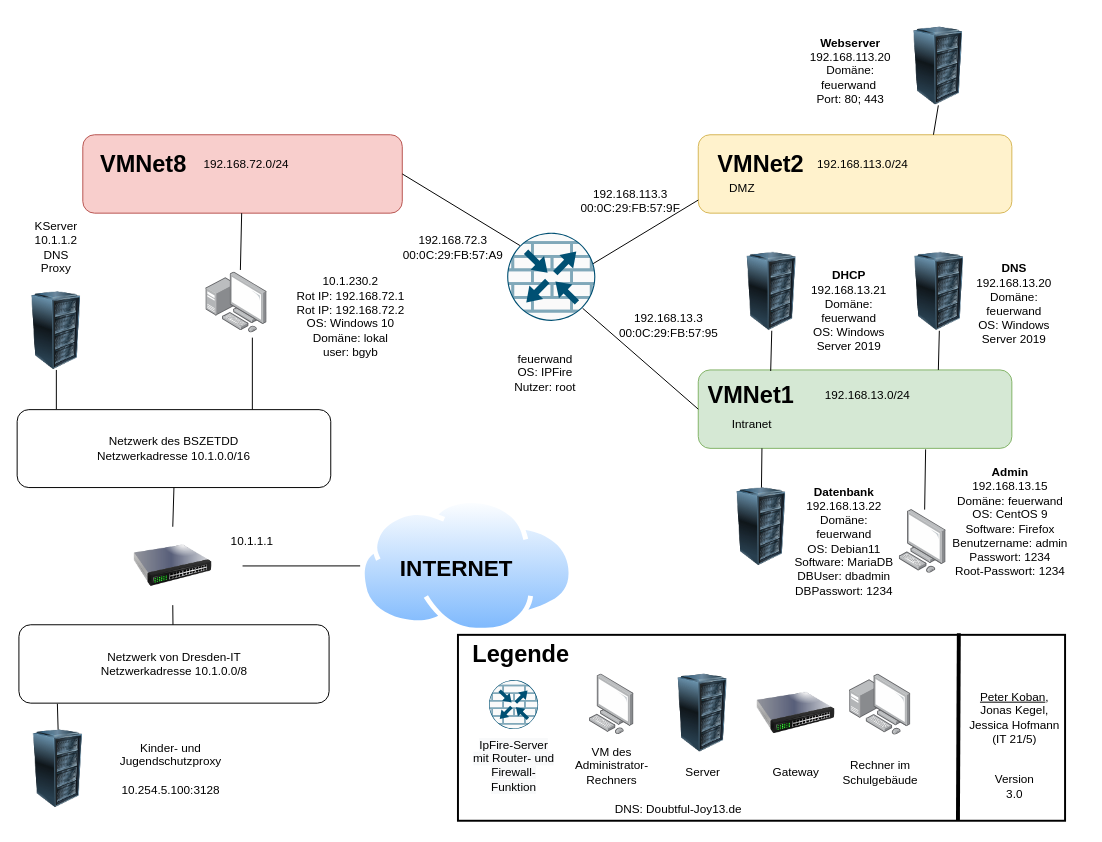
Before: Netzwerkplan.drawio in peterLERNSAX/lf9-feuerwand, a draw.io diagram. Source tidied: cells renumbered, new cells numbered last; positions are measured from the earlier drawing's top-left corner, leaving out a move shared by most shapes. Both pictures are drawn from the tidied source at 98%, with x=0, y=0 at pixel (17, 17).
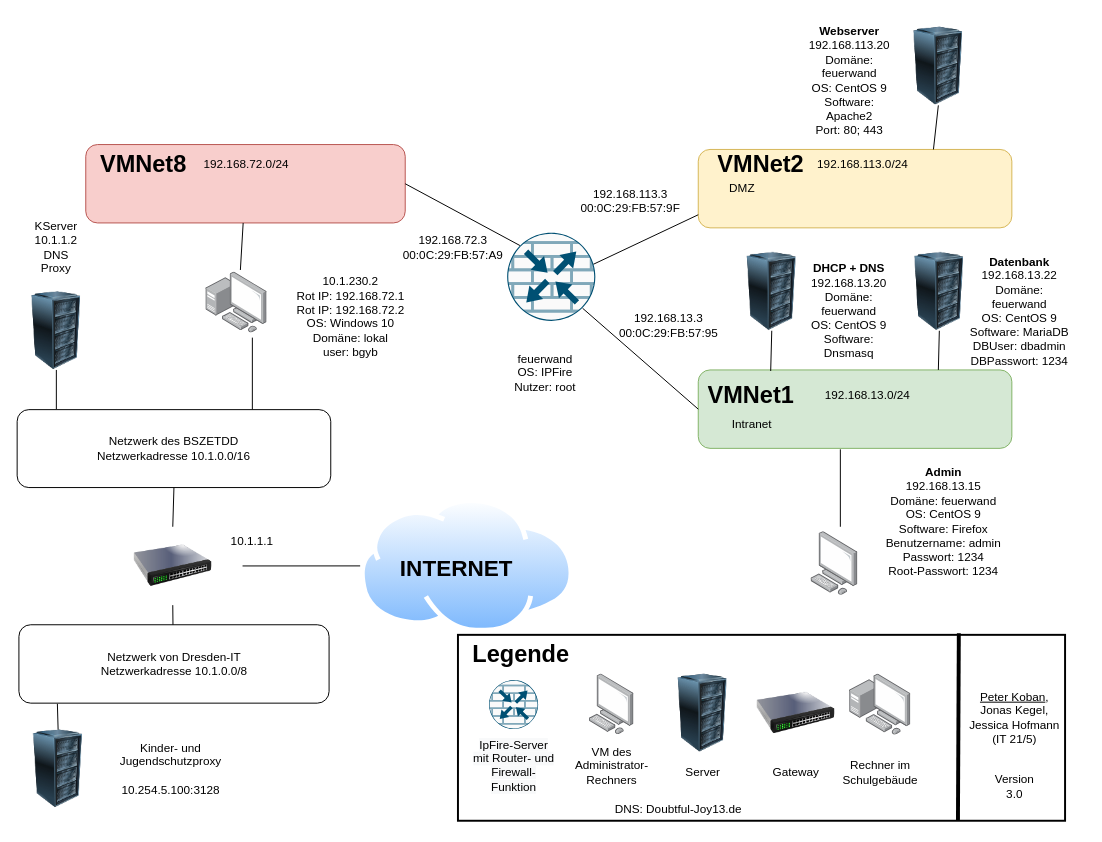
Above is the later version.

The change refers to these unchanged cells:
```xml
<mxCell id="6" style="rounded=1;whiteSpace=wrap;html=1;fillColor=#d5e8d4;strokeColor=#82b366;" parent="1" vertex="1">
  <mxGeometry x="695" y="360" width="320" height="80" as="geometry" />
</mxCell>
```

What changed in the source:
```diff
@@
     <mxCell id="5" style="rounded=1;whiteSpace=wrap;html=1;fillColor=#fff2cc;strokeColor=#d6b656;" parent="1" vertex="1">
-      <mxGeometry x="695" y="120" width="320" height="80" as="geometry" />
+      <mxGeometry x="695" y="135" width="320" height="80" as="geometry" />
     </mxCell>
@@
     <mxCell id="7" style="rounded=1;whiteSpace=wrap;html=1;fillColor=#f8cecc;strokeColor=#b85450;" parent="1" vertex="1">
-      <mxGeometry x="67" y="120" width="326" height="80" as="geometry" />
+      <mxGeometry x="70" y="130" width="326" height="80" as="geometry" />
     </mxCell>
@@
     <mxCell id="12" style="points=[];html=1;align=center;shadow=0;dashed=0;image;image=img/lib/allied_telesis/computer_and_terminals/Personal_Computer.svg;" parent="1" vertex="1">
-      <mxGeometry x="900" y="502.5" width="48" height="65" as="geometry" />
+      <mxGeometry x="810" y="525" width="48" height="65" as="geometry" />
     </mxCell>
@@
     <mxCell id="19" value="&lt;div&gt;&lt;b&gt;Admin&lt;/b&gt;&lt;/div&gt;&lt;div&gt;192.168.13.15&lt;/div&gt;&lt;div&gt;Domäne: feuerwand&lt;/div&gt;&lt;div&gt;&lt;span style=&quot;background-color: initial;&quot;&gt;OS: CentOS 9&lt;/span&gt;&lt;br&gt;&lt;/div&gt;&lt;div&gt;Software: Firefox&lt;/div&gt;&lt;div&gt;Benutzername: admin&lt;/div&gt;&lt;div&gt;Passwort: 1234&lt;/div&gt;&lt;div&gt;Root-Passwort: 1234&lt;br&gt;&lt;/div&gt;" style="text;html=1;strokeColor=none;fillColor=none;align=center;verticalAlign=middle;whiteSpace=wrap;rounded=0;" parent="1" vertex="1">
-      <mxGeometry x="938" y="440" width="151" height="150" as="geometry" />
+      <mxGeometry x="870" y="440" width="151" height="150" as="geometry" />
     </mxCell>
@@
-    <mxCell id="24" value="&lt;font style=&quot;font-size: 12px; line-height: 1;&quot;&gt;&lt;b&gt;Webserver&lt;br&gt;&lt;/b&gt;192.168.113.20&lt;br&gt;Domäne: feuerwand&amp;nbsp;&lt;br&gt;Port: 80; 443&lt;/font&gt;" style="text;html=1;strokeColor=none;fillColor=none;align=center;verticalAlign=middle;whiteSpace=wrap;rounded=0;" parent="1" vertex="1">
-      <mxGeometry x="800" width="101" height="110" as="geometry" />
+    <mxCell id="24" value="&lt;font style=&quot;font-size: 12px; line-height: 1;&quot;&gt;&lt;b&gt;Webserver&lt;br&gt;&lt;/b&gt;192.168.113.20&lt;br&gt;&lt;/font&gt;&lt;div&gt;&lt;font style=&quot;font-size: 12px; line-height: 1;&quot;&gt;Domäne: feuerwand&lt;/font&gt;&lt;/div&gt;&lt;div&gt;&lt;font style=&quot;font-size: 12px; line-height: 1;&quot;&gt;OS: CentOS 9&lt;/font&gt;&lt;/div&gt;&lt;div&gt;&lt;font style=&quot;font-size: 12px; line-height: 1;&quot;&gt;Software: Apache2&lt;br&gt;&lt;/font&gt;&lt;/div&gt;&lt;font style=&quot;font-size: 12px; line-height: 1;&quot;&gt;Port: 80; 443&lt;/font&gt;" style="text;html=1;strokeColor=none;fillColor=none;align=center;verticalAlign=middle;whiteSpace=wrap;rounded=0;" parent="1" vertex="1">
+      <mxGeometry x="799" y="10" width="101" height="110" as="geometry" />
     </mxCell>
@@
-    <mxCell id="29" value="&lt;b&gt;DNS&lt;/b&gt;&lt;br&gt;&lt;div&gt;192.168.13.20&lt;/div&gt;&lt;div&gt;Domäne: feuerwand&lt;/div&gt;&lt;div&gt;OS: Windows Server 2019&lt;/div&gt;&lt;div&gt;&lt;br&gt;&lt;/div&gt;" style="text;html=1;strokeColor=none;fillColor=none;align=center;verticalAlign=middle;whiteSpace=wrap;rounded=0;" parent="1" vertex="1">
-      <mxGeometry x="964.5" y="240" width="105" height="120" as="geometry" />
-    </mxCell>
@@
-    <mxCell id="31" value="&lt;b&gt;DHCP&lt;/b&gt;&lt;br&gt;192.168.13.21&lt;br&gt;Domäne:&lt;br&gt;&lt;div&gt;feuerwand&lt;/div&gt;&lt;div&gt;OS: Windows Server 2019&lt;br&gt;&lt;/div&gt;" style="text;html=1;strokeColor=none;fillColor=none;align=center;verticalAlign=middle;whiteSpace=wrap;rounded=0;" parent="1" vertex="1">
+    <mxCell id="31" value="&lt;b&gt;DHCP + DNS&lt;/b&gt;&lt;br&gt;192.168.13.20&lt;br&gt;Domäne:&lt;br&gt;&lt;div&gt;feuerwand&lt;/div&gt;&lt;div&gt;OS: CentOS 9&lt;/div&gt;&lt;div&gt;Software: Dnsmasq&lt;br&gt;&lt;/div&gt;" style="text;html=1;strokeColor=none;fillColor=none;align=center;verticalAlign=middle;whiteSpace=wrap;rounded=0;" parent="1" vertex="1">
       <mxGeometry x="798" y="250" width="102" height="100" as="geometry" />
     </mxCell>
@@
-    <mxCell id="64" style="edgeStyle=none;jettySize=auto;html=1;strokeColor=default;rounded=0;strokeWidth=1;endArrow=none;endFill=0;entryX=0.542;entryY=0;entryDx=0;entryDy=0;entryPerimeter=0;exitX=0.725;exitY=1.013;exitDx=0;exitDy=0;exitPerimeter=0;" parent="1" edge="1" source="6" target="12">
-      <mxGeometry relative="1" as="geometry" />
+    <mxCell id="64" style="edgeStyle=none;orthogonalLoop=1;jettySize=auto;html=1;strokeColor=default;rounded=0;strokeWidth=1;endArrow=none;endFill=0;" parent="1" edge="1">
+      <mxGeometry relative="1" as="geometry">
+        <mxPoint x="840" y="441" as="sourcePoint" />
+        <mxPoint x="840" y="520" as="targetPoint" />
+        <Array as="points">
+          <mxPoint x="840" y="441" />
+        </Array>
+      </mxGeometry>
     </mxCell>
@@
-    <mxCell id="69" style="image;html=1;image=img/lib/clip_art/computers/Server_Rack_128x128.png;" parent="1" vertex="1">
-      <mxGeometry x="719.5" y="480" width="80" height="80" as="geometry" />
-    </mxCell>
-    <mxCell id="70" style="endArrow=none;html=1;rounded=0;fontSize=12;exitX=0.5;exitY=0;exitDx=0;exitDy=0;" parent="1" edge="1" source="69">
-      <mxGeometry relative="1" as="geometry">
-        <mxPoint x="760" y="440" as="targetPoint" />
-      </mxGeometry>
-    </mxCell>
-    <mxCell id="71" value="&lt;div&gt;&lt;b&gt;Datenbank&lt;/b&gt;&lt;/div&gt;192.168.13.22&lt;br&gt;Domäne:&lt;br&gt;&lt;div&gt;feuerwand&lt;/div&gt;&lt;div&gt;OS: Debian11&lt;br&gt;&lt;/div&gt;&lt;div&gt;Software: MariaDB&lt;/div&gt;&lt;div&gt;DBUser: dbadmin&lt;/div&gt;&lt;div&gt;DBPasswort: 1234&lt;br&gt;&lt;/div&gt;" style="text;html=1;strokeColor=none;fillColor=none;align=center;verticalAlign=middle;whiteSpace=wrap;rounded=0;" parent="1" vertex="1">
-      <mxGeometry x="788" y="460" width="112" height="150" as="geometry" />
+    <mxCell id="71" value="&lt;div&gt;&lt;b&gt;Datenbank&lt;/b&gt;&lt;/div&gt;192.168.13.22&lt;br&gt;Domäne:&lt;br&gt;&lt;div&gt;feuerwand&lt;/div&gt;&lt;div&gt;OS: CentOS 9&lt;br&gt;&lt;/div&gt;&lt;div&gt;Software: MariaDB&lt;/div&gt;&lt;div&gt;DBUser: dbadmin&lt;/div&gt;&lt;div&gt;DBPasswort: 1234&lt;br&gt;&lt;/div&gt;" style="text;html=1;strokeColor=none;fillColor=none;align=center;verticalAlign=middle;whiteSpace=wrap;rounded=0;" parent="1" vertex="1">
+      <mxGeometry x="966.8" y="225" width="112" height="150" as="geometry" />
     </mxCell>
```
